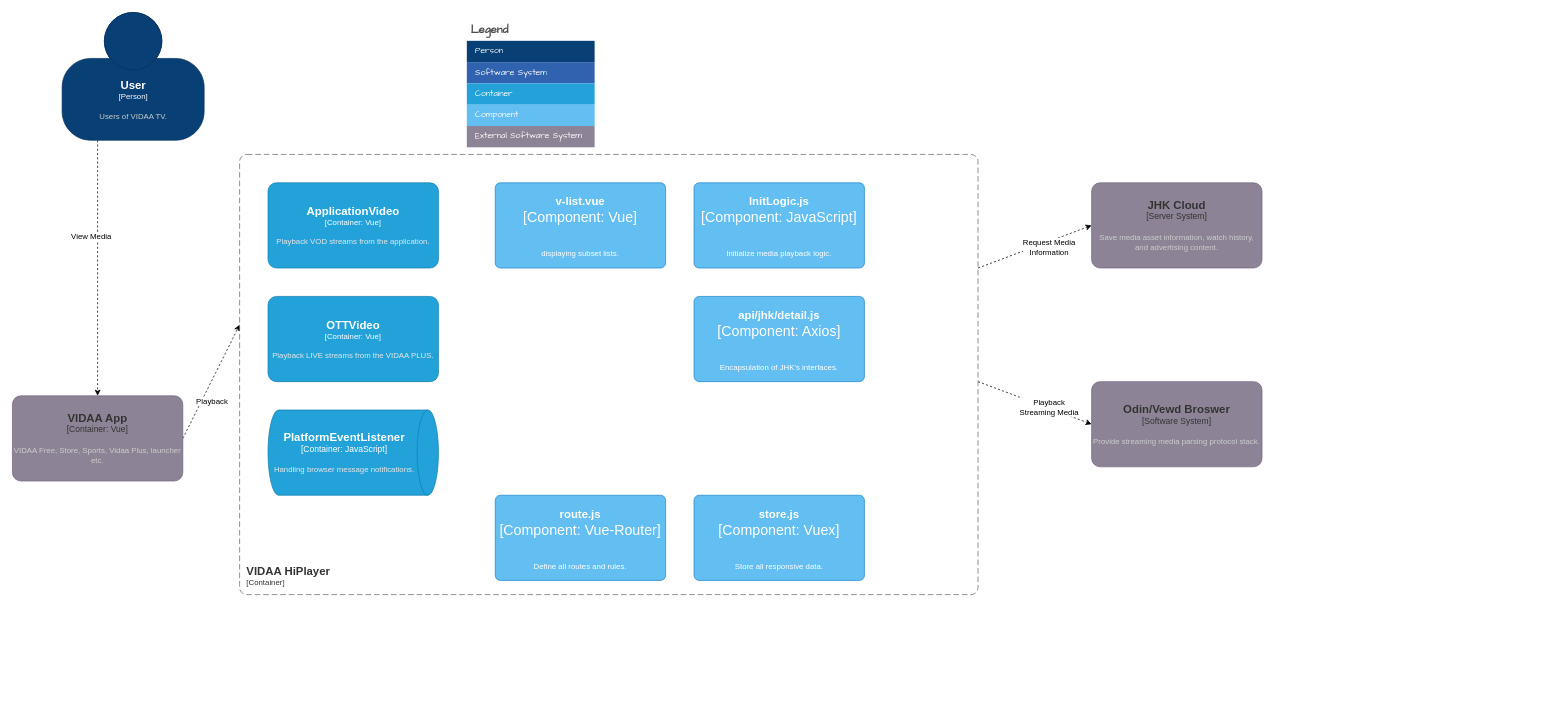
This is page "Container Diagram 容器图" (4 of 6) of HiPlayer.drawio from LeeDebug/drawio, a draw.io file, before an edit. Source tidied: cells renumbered, new cells numbered last; positions are measured from the earlier drawing's top-left corner, leaving out a move shared by most shapes. Both pictures are drawn from the tidied source at 71%, with x=0, y=0 at pixel (12, 12).
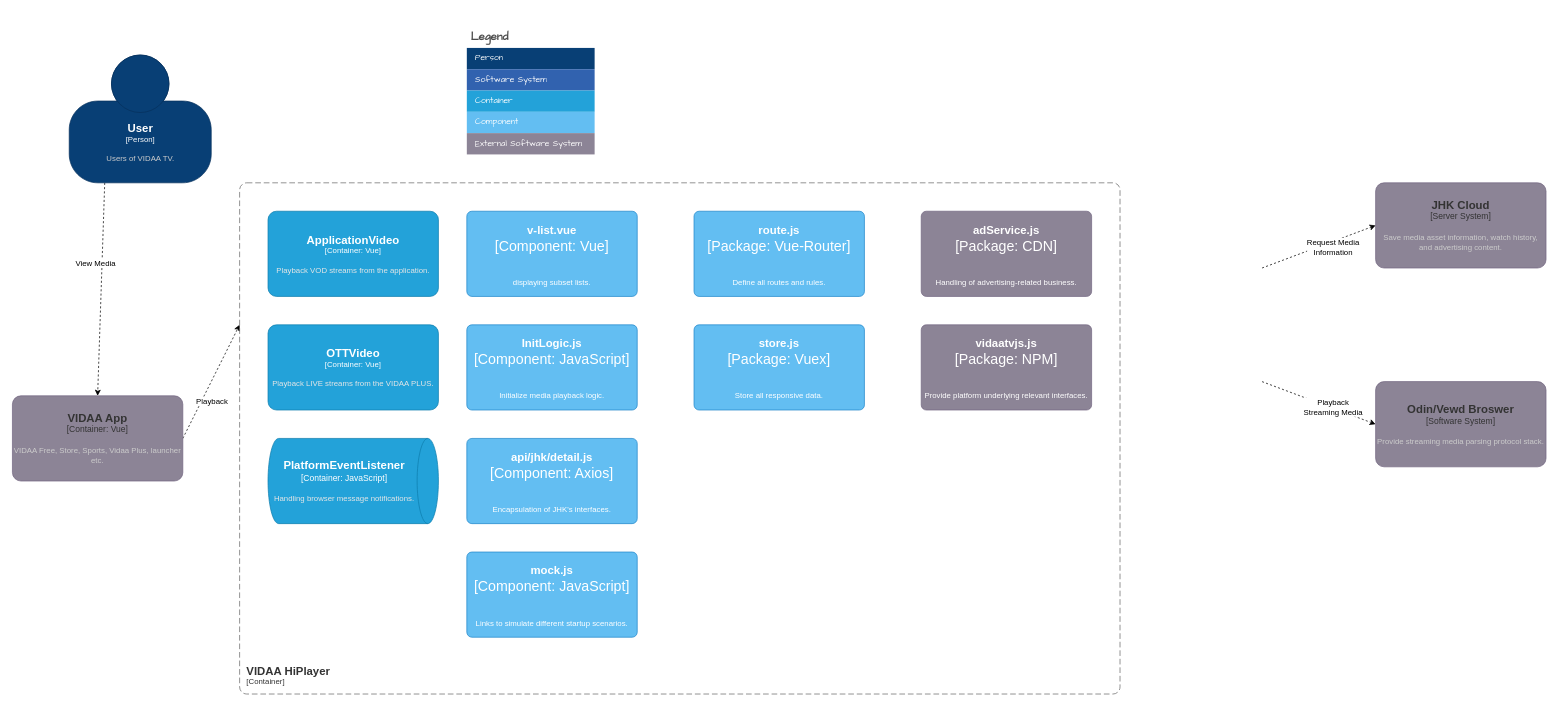
Above is the later version.

What changed in the source:
```diff
@@
     <object id="4" label="&lt;font style=&quot;font-size: 16px&quot;&gt;&lt;b&gt;%c4Name%&lt;/b&gt;&lt;/font&gt;&lt;div&gt;[%c4Type%]&lt;/div&gt;&lt;br&gt;&lt;div&gt;&lt;font style=&quot;font-size: 11px&quot;&gt;&lt;font color=&quot;#cccccc&quot;&gt;%c4Description%&lt;/font&gt;&lt;/div&gt;" c4Description="Users of VIDAA TV." c4Name="User" c4Type="Person" placeholders="1">
       <mxCell style="html=1;fontSize=11;dashed=0;whitespace=wrap;fillColor=#083F75;strokeColor=#06315C;fontColor=#ffffff;shape=mxgraph.c4.person2;align=center;points=[[0.5,0,0],[1,0.5,0],[1,0.75,0],[0.75,1,0],[0.5,1,0],[0.25,1,0],[0,0.75,0],[0,0.5,0]];" parent="1" vertex="1">
-        <mxGeometry x="70" width="200" height="180" as="geometry" />
+        <mxGeometry x="80" y="60" width="200" height="180" as="geometry" />
       </mxCell>
     </object>
@@
     <object id="8" label="&lt;font style=&quot;font-size: 16px&quot;&gt;&lt;b&gt;%c4Name%&lt;/b&gt;&lt;/font&gt;&lt;div&gt;[%c4Type%]&lt;/div&gt;&lt;br&gt;&lt;div&gt;&lt;font style=&quot;font-size: 11px&quot;&gt;&lt;font color=&quot;#cccccc&quot;&gt;%c4Description%&lt;/font&gt;&lt;/div&gt;" c4Description="Save media asset information, watch history, and advertising content." c4Name="JHK Cloud" c4Type="Server System" placeholders="1">
       <mxCell style="rounded=1;whiteSpace=wrap;html=1;labelBackgroundColor=none;fillColor=#8C8496;align=center;arcSize=10;strokeColor=#736782;points=[[0.25,0,0],[0.5,0,0],[0.75,0,0],[1,0.25,0],[1,0.5,0],[1,0.75,0],[0.75,1,0],[0.5,1,0],[0.25,1,0],[0,0.75,0],[0,0.5,0],[0,0.25,0]];fontColor=#333333;" parent="1" vertex="1">
-        <mxGeometry x="1520" y="240" width="240" height="120" as="geometry" />
+        <mxGeometry x="1920" y="240" width="240" height="120" as="geometry" />
       </mxCell>
     </object>
     <mxCell id="9" style="edgeStyle=none;rounded=0;jettySize=auto;html=1;entryX=0;entryY=0.5;entryDx=0;entryDy=0;entryPerimeter=0;dashed=1;" parent="1" edge="1" target="8">
       <mxGeometry relative="1" as="geometry">
-        <mxPoint x="1360" y="360" as="sourcePoint" />
+        <mxPoint x="1760" y="360" as="sourcePoint" />
       </mxGeometry>
     </mxCell>
@@
     <mxCell id="11" style="edgeStyle=none;rounded=0;jettySize=auto;html=1;entryX=0;entryY=0.5;entryDx=0;entryDy=0;entryPerimeter=0;dashed=1;" parent="1" edge="1" target="13">
       <mxGeometry relative="1" as="geometry">
-        <mxPoint x="1360" y="520" as="sourcePoint" />
+        <mxPoint x="1760" y="520" as="sourcePoint" />
       </mxGeometry>
     </mxCell>
@@
     <object id="13" label="&lt;font style=&quot;font-size: 16px&quot;&gt;&lt;b&gt;%c4Name%&lt;/b&gt;&lt;/font&gt;&lt;div&gt;[%c4Type%]&lt;/div&gt;&lt;br&gt;&lt;div&gt;&lt;font style=&quot;font-size: 11px&quot;&gt;&lt;font color=&quot;#cccccc&quot;&gt;%c4Description%&lt;/font&gt;&lt;/div&gt;" c4Description="Provide streaming media parsing protocol stack." c4Name="Odin/Vewd Broswer" c4Type="Software System" placeholders="1">
       <mxCell style="rounded=1;whiteSpace=wrap;html=1;labelBackgroundColor=none;fillColor=#8C8496;fontColor=#333333;align=center;arcSize=10;strokeColor=#736782;points=[[0.25,0,0],[0.5,0,0],[0.75,0,0],[1,0.25,0],[1,0.5,0],[1,0.75,0],[0.75,1,0],[0.5,1,0],[0.25,1,0],[0,0.75,0],[0,0.5,0],[0,0.25,0]];" parent="1" vertex="1">
-        <mxGeometry x="1520" y="520" width="240" height="120" as="geometry" />
+        <mxGeometry x="1920" y="520" width="240" height="120" as="geometry" />
       </mxCell>
     </object>
     <object id="14" label="&lt;font style=&quot;font-size: 16px&quot;&gt;&lt;b&gt;&lt;div style=&quot;text-align: left&quot;&gt;%c4Name%&lt;/div&gt;&lt;/b&gt;&lt;/font&gt;&lt;div style=&quot;text-align: left&quot;&gt;[%c4Application%]&lt;/div&gt;" c4Application="Container" c4Name="VIDAA HiPlayer" placeholders="1">
       <mxCell style="rounded=1;fontSize=11;whiteSpace=wrap;html=1;dashed=1;arcSize=20;fillColor=none;strokeColor=#666666;fontColor=#333333;labelBackgroundColor=none;align=left;verticalAlign=bottom;labelBorderColor=none;spacingTop=0;spacing=10;dashPattern=8 4;perimeter=rectanglePerimeter;noLabel=0;labelPadding=0;absoluteArcSize=1;" parent="1" vertex="1">
-        <mxGeometry x="320" y="200" width="1040" height="620" as="geometry" />
+        <mxGeometry x="320" y="240" width="1240" height="720" as="geometry" />
       </mxCell>
     </object>
     <object id="15" label="&lt;font style=&quot;font-size: 16px&quot;&gt;&lt;b&gt;%c4Name%&lt;/b&gt;&lt;/font&gt;&lt;div&gt;[%c4Type%: %c4Technology%]&lt;/div&gt;&lt;br&gt;&lt;div&gt;&lt;font style=&quot;font-size: 11px&quot;&gt;%c4Description%&lt;/font&gt;&lt;/div&gt;" c4Description="Initialize media playback logic." c4Name="InitLogic.js" c4Technology="JavaScript" c4Type="Component" placeholders="1">
       <mxCell style="rounded=1;whiteSpace=wrap;html=1;labelBackgroundColor=none;fillColor=#63BEF2;fontColor=#ffffff;align=center;arcSize=6;strokeColor=#2086C9;hachureGap=4;fontFamily=Helvetica;fontSize=20;" parent="1" vertex="1">
-        <mxGeometry x="960" y="240" width="240" height="120" as="geometry" />
+        <mxGeometry x="640" y="440" width="240" height="120" as="geometry" />
       </mxCell>
     </object>
     <object id="16" label="&lt;font style=&quot;font-size: 16px&quot;&gt;&lt;b&gt;%c4Name%&lt;/b&gt;&lt;/font&gt;&lt;div&gt;[%c4Type%: %c4Technology%]&lt;/div&gt;&lt;br&gt;&lt;div&gt;&lt;font style=&quot;font-size: 11px&quot;&gt;&lt;font color=&quot;#E6E6E6&quot;&gt;%c4Description%&lt;/font&gt;&lt;/font&gt;&lt;/div&gt;" c4Description="Playback VOD streams from the application." c4Name="ApplicationVideo" c4Technology="Vue" c4Type="Container" placeholders="1">
       <mxCell style="rounded=1;whiteSpace=wrap;html=1;fontSize=11;labelBackgroundColor=none;fillColor=#23A2D9;fontColor=#ffffff;align=center;arcSize=10;strokeColor=#0E7DAD;hachureGap=4;fontFamily=Helvetica;" parent="1" vertex="1">
-        <mxGeometry x="360" y="240" width="240" height="120" as="geometry" />
+        <mxGeometry x="360" y="280" width="240" height="120" as="geometry" />
       </mxCell>
     </object>
     <object id="17" label="&lt;font style=&quot;font-size: 16px&quot;&gt;&lt;b&gt;%c4Name%&lt;/b&gt;&lt;/font&gt;&lt;div&gt;[%c4Type%: %c4Technology%]&lt;/div&gt;&lt;br&gt;&lt;div&gt;&lt;font style=&quot;font-size: 11px&quot;&gt;&lt;font color=&quot;#E6E6E6&quot;&gt;%c4Description%&lt;/font&gt;&lt;/font&gt;&lt;/div&gt;" c4Description="Playback LIVE streams from the VIDAA PLUS." c4Name="OTTVideo" c4Technology="Vue" c4Type="Container" placeholders="1">
       <mxCell style="rounded=1;whiteSpace=wrap;html=1;fontSize=11;labelBackgroundColor=none;fillColor=#23A2D9;fontColor=#ffffff;align=center;arcSize=10;strokeColor=#0E7DAD;hachureGap=4;fontFamily=Helvetica;" parent="1" vertex="1">
-        <mxGeometry x="360" y="400" width="240" height="120" as="geometry" />
+        <mxGeometry x="360" y="440" width="240" height="120" as="geometry" />
       </mxCell>
     </object>
     <object id="18" label="&lt;font style=&quot;font-size: 16px&quot;&gt;&lt;b&gt;%c4Type%&lt;/b&gt;&lt;/font&gt;&lt;div&gt;[%c4Container%:&amp;nbsp;%c4Technology%]&lt;/div&gt;&lt;br&gt;&lt;div&gt;&lt;font style=&quot;font-size: 11px&quot;&gt;&lt;font color=&quot;#E6E6E6&quot;&gt;%c4Description%&lt;/font&gt;&lt;/font&gt;&lt;/div&gt;" c4Container="Container" c4Description="Handling browser message notifications." c4Technology="JavaScript" c4Type="PlatformEventListener" placeholders="1">
       <mxCell style="shape=cylinder3;size=15;direction=south;whiteSpace=wrap;html=1;boundedLbl=1;rounded=0;labelBackgroundColor=none;fillColor=#23A2D9;fontSize=12;fontColor=#ffffff;align=center;strokeColor=#0E7DAD;hachureGap=4;fontFamily=Helvetica;" parent="1" vertex="1">
-        <mxGeometry x="360" y="560" width="240" height="120" as="geometry" />
+        <mxGeometry x="360" y="600" width="240" height="120" as="geometry" />
       </mxCell>
     </object>
     <object id="19" label="&lt;font style=&quot;font-size: 16px&quot;&gt;&lt;b&gt;%c4Name%&lt;/b&gt;&lt;/font&gt;&lt;div&gt;[%c4Type%: %c4Technology%]&lt;/div&gt;&lt;br&gt;&lt;div&gt;&lt;font style=&quot;font-size: 11px&quot;&gt;%c4Description%&lt;/font&gt;&lt;/div&gt;" c4Description="Encapsulation of JHK's interfaces." c4Name="api/jhk/detail.js" c4Technology="Axios" c4Type="Component" placeholders="1">
       <mxCell style="rounded=1;whiteSpace=wrap;html=1;labelBackgroundColor=none;fillColor=#63BEF2;fontColor=#ffffff;align=center;arcSize=6;strokeColor=#2086C9;hachureGap=4;fontFamily=Helvetica;fontSize=20;" parent="1" vertex="1">
-        <mxGeometry x="960" y="400" width="240" height="120" as="geometry" />
+        <mxGeometry x="640" y="600" width="240" height="120" as="geometry" />
       </mxCell>
     </object>
-    <object id="20" label="&lt;font style=&quot;font-size: 16px&quot;&gt;&lt;b&gt;%c4Name%&lt;/b&gt;&lt;/font&gt;&lt;div&gt;[%c4Type%: %c4Technology%]&lt;/div&gt;&lt;br&gt;&lt;div&gt;&lt;font style=&quot;font-size: 11px&quot;&gt;%c4Description%&lt;/font&gt;&lt;/div&gt;" c4Description="Store all responsive data." c4Name="store.js" c4Technology="Vuex" c4Type="Component" placeholders="1">
+    <object id="20" label="&lt;font style=&quot;font-size: 16px&quot;&gt;&lt;b&gt;%c4Name%&lt;/b&gt;&lt;/font&gt;&lt;div&gt;[%c4Type%: %c4Technology%]&lt;/div&gt;&lt;br&gt;&lt;div&gt;&lt;font style=&quot;font-size: 11px&quot;&gt;%c4Description%&lt;/font&gt;&lt;/div&gt;" c4Description="Store all responsive data." c4Name="store.js" c4Technology="Vuex" c4Type="Package" placeholders="1">
       <mxCell style="rounded=1;whiteSpace=wrap;html=1;labelBackgroundColor=none;fillColor=#63BEF2;fontColor=#ffffff;align=center;arcSize=6;strokeColor=#2086C9;hachureGap=4;fontFamily=Helvetica;fontSize=20;" parent="1" vertex="1">
-        <mxGeometry x="960" y="680" width="240" height="120" as="geometry" />
+        <mxGeometry x="960" y="440" width="240" height="120" as="geometry" />
       </mxCell>
     </object>
-    <object id="21" label="&lt;font style=&quot;font-size: 16px&quot;&gt;&lt;b&gt;%c4Name%&lt;/b&gt;&lt;/font&gt;&lt;div&gt;[%c4Type%: %c4Technology%]&lt;/div&gt;&lt;br&gt;&lt;div&gt;&lt;font style=&quot;font-size: 11px&quot;&gt;%c4Description%&lt;/font&gt;&lt;/div&gt;" c4Description="Define all routes and rules." c4Name="route.js" c4Technology="Vue-Router" c4Type="Component" placeholders="1">
+    <object id="21" label="&lt;font style=&quot;font-size: 16px&quot;&gt;&lt;b&gt;%c4Name%&lt;/b&gt;&lt;/font&gt;&lt;div&gt;[%c4Type%: %c4Technology%]&lt;/div&gt;&lt;br&gt;&lt;div&gt;&lt;font style=&quot;font-size: 11px&quot;&gt;%c4Description%&lt;/font&gt;&lt;/div&gt;" c4Description="Define all routes and rules." c4Name="route.js" c4Technology="Vue-Router" c4Type="Package" placeholders="1">
       <mxCell style="rounded=1;whiteSpace=wrap;html=1;labelBackgroundColor=none;fillColor=#63BEF2;fontColor=#ffffff;align=center;arcSize=6;strokeColor=#2086C9;hachureGap=4;fontFamily=Helvetica;fontSize=20;" parent="1" vertex="1">
-        <mxGeometry x="680" y="680" width="240" height="120" as="geometry" />
+        <mxGeometry x="960" y="280" width="240" height="120" as="geometry" />
       </mxCell>
     </object>
     <mxCell id="22" value="Legend" style="shape=table;startSize=30;childLayout=tableLayout;fontSize=16;align=left;verticalAlign=top;fillColor=none;strokeColor=none;fontColor=#4D4D4D;fontStyle=1;spacingLeft=6;spacing=0;rounded=1;labelBackgroundColor=none;hachureGap=4;fontFamily=Architects Daughter;html=1;" parent="1" vertex="1">
-      <mxGeometry x="640" y="10" width="180" height="180" as="geometry" />
+      <mxGeometry x="640" y="20" width="180" height="180" as="geometry" />
     </mxCell>
@@
     <object id="33" label="&lt;font style=&quot;font-size: 16px&quot;&gt;&lt;b&gt;%c4Name%&lt;/b&gt;&lt;/font&gt;&lt;div&gt;[%c4Type%: %c4Technology%]&lt;/div&gt;&lt;br&gt;&lt;div&gt;&lt;font style=&quot;font-size: 11px&quot;&gt;%c4Description%&lt;/font&gt;&lt;/div&gt;" c4Description="displaying subset lists." c4Name="v-list.vue" c4Technology="Vue" c4Type="Component" placeholders="1">
       <mxCell style="rounded=1;whiteSpace=wrap;html=1;labelBackgroundColor=none;fillColor=#63BEF2;fontColor=#ffffff;align=center;arcSize=6;strokeColor=#2086C9;hachureGap=4;fontFamily=Helvetica;fontSize=20;" parent="1" vertex="1">
-        <mxGeometry x="680" y="240" width="240" height="120" as="geometry" />
+        <mxGeometry x="640" y="280" width="240" height="120" as="geometry" />
       </mxCell>
     </object>
+    <object id="34" label="&lt;font style=&quot;font-size: 16px&quot;&gt;&lt;b&gt;%c4Name%&lt;/b&gt;&lt;/font&gt;&lt;div&gt;[%c4Type%: %c4Technology%]&lt;/div&gt;&lt;br&gt;&lt;div&gt;&lt;font style=&quot;font-size: 11px&quot;&gt;%c4Description%&lt;/font&gt;&lt;/div&gt;" c4Description="Handling of advertising-related business." c4Name="adService.js" c4Technology="CDN" c4Type="Package" placeholders="1">
+      <mxCell style="rounded=1;whiteSpace=wrap;html=1;labelBackgroundColor=none;fillColor=#8C8496;fontColor=#ffffff;align=center;arcSize=6;strokeColor=#736782;hachureGap=4;fontFamily=Helvetica;fontSize=20;" parent="1" vertex="1">
+        <mxGeometry x="1280" y="280" width="240" height="120" as="geometry" />
+      </mxCell>
+    </object>
+    <object id="35" label="&lt;font style=&quot;font-size: 16px&quot;&gt;&lt;b&gt;%c4Name%&lt;/b&gt;&lt;/font&gt;&lt;div&gt;[%c4Type%: %c4Technology%]&lt;/div&gt;&lt;br&gt;&lt;div&gt;&lt;font style=&quot;font-size: 11px&quot;&gt;%c4Description%&lt;/font&gt;&lt;/div&gt;" c4Description="Provide platform underlying relevant interfaces." c4Name="vidaatvjs.js" c4Technology="NPM" c4Type="Package" placeholders="1">
+      <mxCell style="rounded=1;whiteSpace=wrap;html=1;labelBackgroundColor=none;fillColor=#8C8496;fontColor=#ffffff;align=center;arcSize=6;strokeColor=#736782;hachureGap=4;fontFamily=Helvetica;fontSize=20;" parent="1" vertex="1">
+        <mxGeometry x="1280" y="440" width="240" height="120" as="geometry" />
+      </mxCell>
+    </object>
+    <object id="36" label="&lt;font style=&quot;font-size: 16px&quot;&gt;&lt;b&gt;%c4Name%&lt;/b&gt;&lt;/font&gt;&lt;div&gt;[%c4Type%: %c4Technology%]&lt;/div&gt;&lt;br&gt;&lt;div&gt;&lt;font style=&quot;font-size: 11px&quot;&gt;%c4Description%&lt;/font&gt;&lt;/div&gt;" c4Description="Links to simulate different startup scenarios." c4Name="mock.js" c4Technology="JavaScript" c4Type="Component" placeholders="1">
+      <mxCell style="rounded=1;whiteSpace=wrap;html=1;labelBackgroundColor=none;fillColor=#63BEF2;fontColor=#ffffff;align=center;arcSize=6;strokeColor=#2086C9;hachureGap=4;fontFamily=Helvetica;fontSize=20;" parent="1" vertex="1">
+        <mxGeometry x="640" y="760" width="240" height="120" as="geometry" />
+      </mxCell>
+    </object>
```
